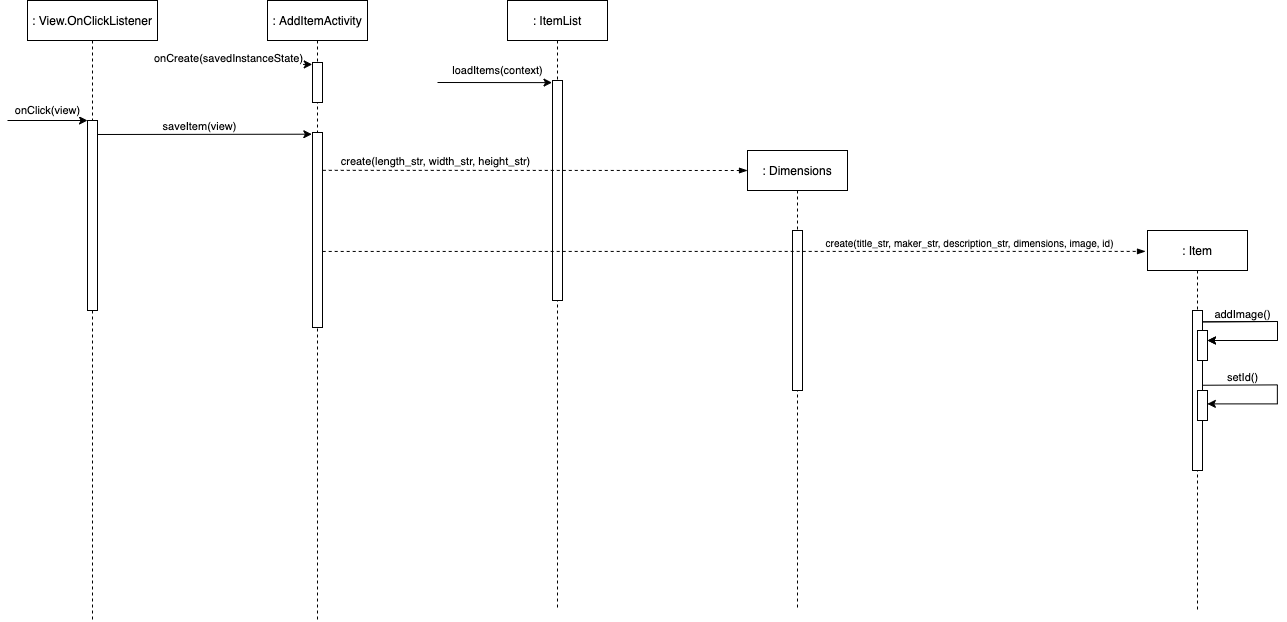
Above: Sequence Diagrams/ApplicationBorrowedTemplateSequenceDiagram.png in smitbmx/Architecture-Diagrams (draw.io), before the change. Source tidied: cells renumbered, new cells last; positions are measured from the earlier drawing's top-left corner, leaving out a move shared by most shapes.
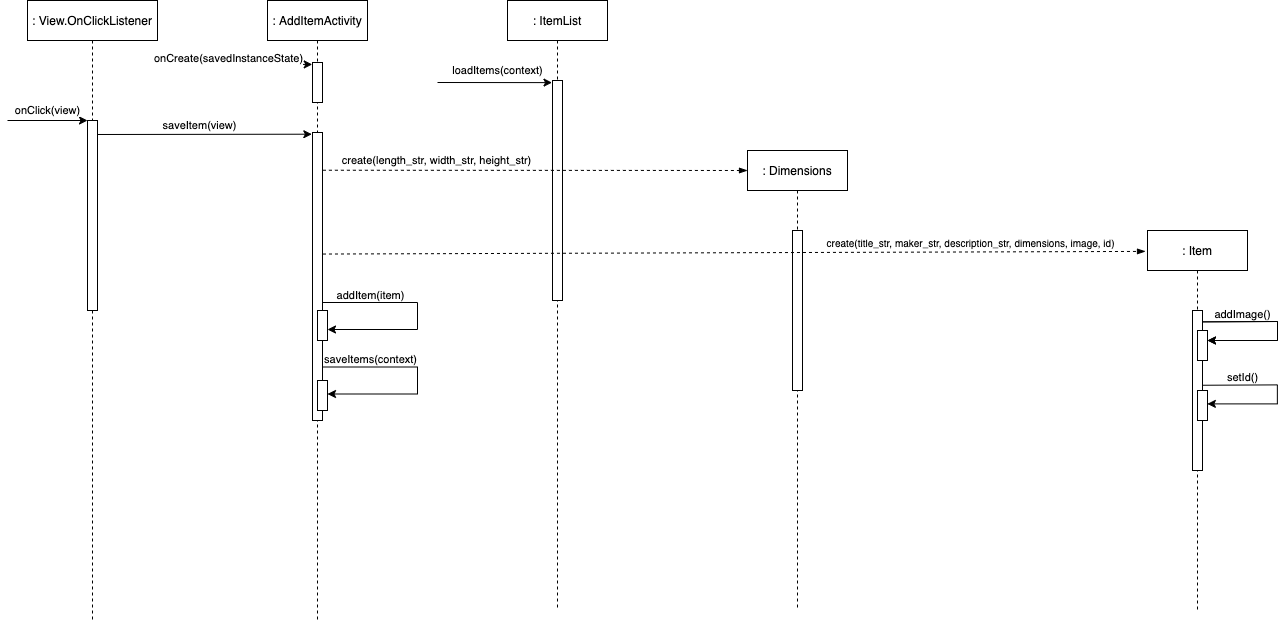
The same diagram one commit later.

Diff of the diagram source:
```diff
@@ -40,8 +40,28 @@
       <mxGeometry x="45" y="62" width="10" height="40" as="geometry" />
     </mxCell>
     <mxCell id="10" style="points=[];perimeter=orthogonalPerimeter;rounded=0;shadow=0;strokeWidth=1;" parent="8" vertex="1">
-      <mxGeometry x="45" y="132" width="10" height="195" as="geometry" />
+      <mxGeometry x="45" y="132" width="10" height="288" as="geometry" />
     </mxCell>
+    <mxCell id="31" style="points=[];perimeter=orthogonalPerimeter;rounded=0;shadow=0;strokeWidth=1;" parent="8" vertex="1">
+      <mxGeometry x="50" y="310" width="10" height="30" as="geometry" />
+    </mxCell>
+    <mxCell id="32" style="endArrow=classic;html=1;rounded=0;" parent="8" edge="1" target="31">
+      <mxGeometry relative="1" as="geometry">
+        <mxPoint x="55" y="302" as="sourcePoint" />
+        <Array as="points">
+          <mxPoint x="150" y="302" />
+          <mxPoint x="150" y="329" />
+        </Array>
+      </mxGeometry>
+    </mxCell>
+    <mxCell id="33" value="addItem(item)" style="edgeLabel;html=1;align=center;verticalAlign=middle;" parent="32" vertex="1">
+      <mxGeometry x="-0.65" relative="1" as="geometry">
+        <mxPoint x="11" y="-8" as="offset" />
+      </mxGeometry>
+    </mxCell>
+    <mxCell id="34" style="perimeter=orthogonalPerimeter;rounded=0;shadow=0;strokeWidth=1;" parent="8" vertex="1">
+      <mxGeometry x="50" y="380" width="10" height="30" as="geometry" />
+    </mxCell>
     <mxCell id="11" value=": ItemList" style="shape=umlLifeline;perimeter=lifelinePerimeter;rounded=0;shadow=0;strokeWidth=1;" parent="1" vertex="1">
       <mxGeometry x="500" width="100" height="610" as="geometry" />
     </mxCell>
@@ -116,7 +136,7 @@
         <mxPoint x="544.5" y="82.1" as="targetPoint" />
       </mxGeometry>
     </mxCell>
-    <mxCell id="27" style="endArrow=blockThin;dashed=1;html=1;endFill=1;entryX=-0.02;entryY=0.055;entryDx=0;entryDy=0;entryPerimeter=0;exitX=1.02;exitY=0.61;exitDx=0;exitDy=0;exitPerimeter=0;" parent="1" edge="1" source="10" target="15">
+    <mxCell id="27" style="endArrow=blockThin;dashed=1;html=1;endFill=1;entryX=-0.02;entryY=0.055;entryDx=0;entryDy=0;entryPerimeter=0;exitX=1.048;exitY=0.422;exitDx=0;exitDy=0;exitPerimeter=0;" parent="1" edge="1" source="10" target="15">
       <mxGeometry relative="1" as="geometry" />
     </mxCell>
     <mxCell id="28" value="create(title_str, maker_str, description_str, dimensions, image, id)" style="edgeLabel;html=1;align=center;verticalAlign=middle;fontSize=10;" parent="27" vertex="1">
@@ -124,7 +144,7 @@
         <mxPoint x="95" y="-9" as="offset" />
       </mxGeometry>
     </mxCell>
-    <mxCell id="29" style="endArrow=blockThin;dashed=1;html=1;endFill=1;exitX=1.028;exitY=0.194;exitDx=0;exitDy=0;exitPerimeter=0;" parent="1" edge="1" source="10">
+    <mxCell id="29" style="endArrow=blockThin;dashed=1;html=1;endFill=1;exitX=1.04;exitY=0.131;exitDx=0;exitDy=0;exitPerimeter=0;" parent="1" edge="1" source="10">
       <mxGeometry relative="1" as="geometry">
         <mxPoint x="740" y="170" as="targetPoint" />
       </mxGeometry>
@@ -134,5 +154,20 @@
         <mxPoint x="-172" y="-9" as="offset" />
       </mxGeometry>
     </mxCell>
+    <mxCell id="35" style="endArrow=classic;html=1;rounded=0;" parent="1" edge="1">
+      <mxGeometry relative="1" as="geometry">
+        <mxPoint x="315" y="366.5" as="sourcePoint" />
+        <mxPoint x="320" y="393.5" as="targetPoint" />
+        <Array as="points">
+          <mxPoint x="410" y="366.5" />
+          <mxPoint x="410" y="393.5" />
+        </Array>
+      </mxGeometry>
+    </mxCell>
+    <mxCell id="36" value="saveItems(context)" style="edgeLabel;html=1;align=center;verticalAlign=middle;" parent="35" vertex="1">
+      <mxGeometry x="-0.65" relative="1" as="geometry">
+        <mxPoint x="11" y="-8" as="offset" />
+      </mxGeometry>
+    </mxCell>
   </root>
 </mxGraphModel>
```
